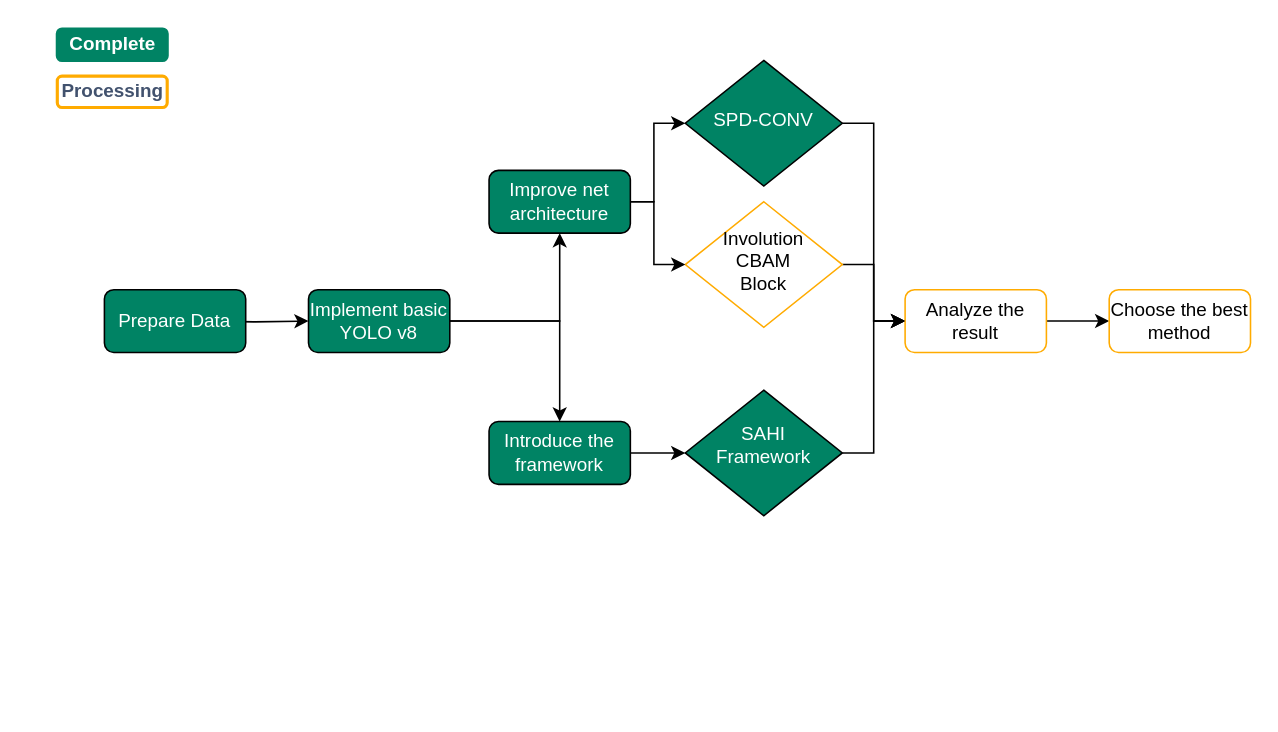
harry-sunhao/YOLOv8-SmallObj-Garbage keeps this draw.io diagram as Pipeline.drawio. Above is the earlier version. Source tidied: cells renumbered, new cells numbered last; positions are measured from the earlier drawing's top-left corner, leaving out a move shared by most shapes. Both pictures are drawn from the tidied source at 157%, with x=0, y=0 at pixel (57, 28). Pictures stored in the file or linked from it are replaced by grey dashed boxes.
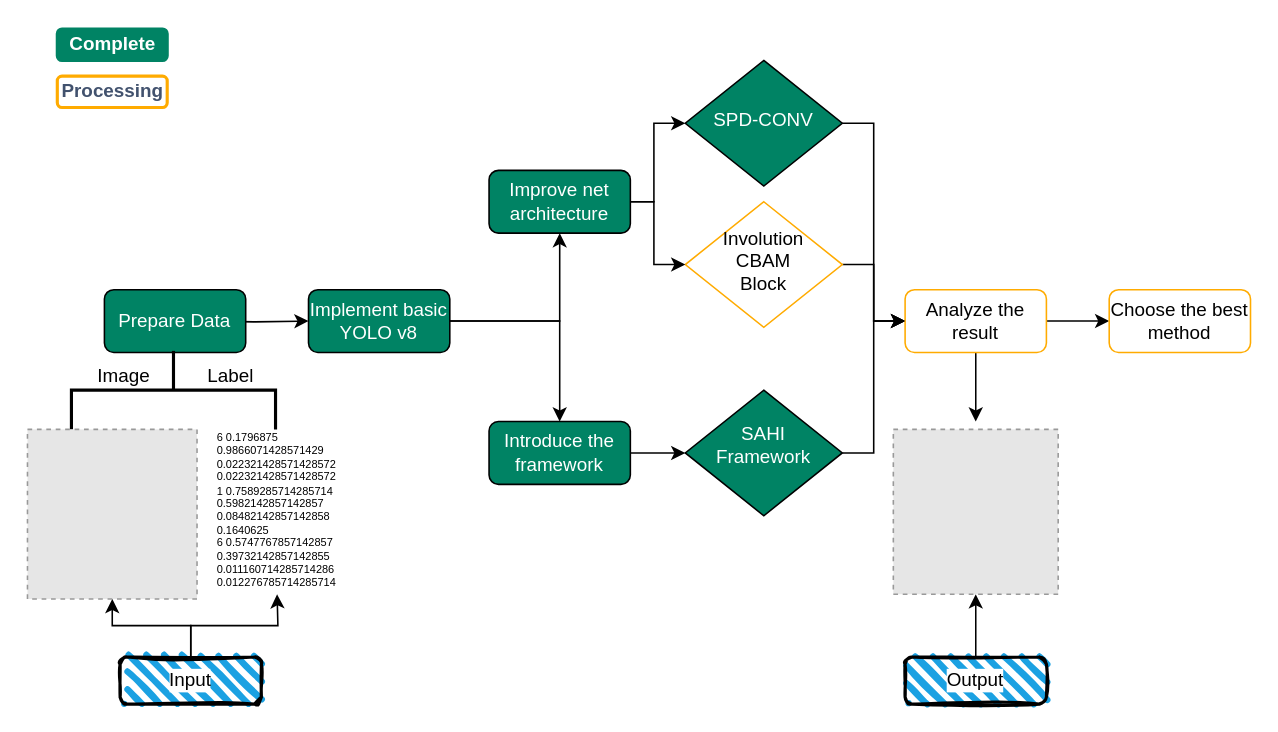
The same diagram, later.

Commit message (it also covers changes not shown here):
Update the pipeline; Add a result for SPD-CONV

Unchanged cells that the change refers to:
```xml
<mxCell id="9" value="Analyze the result" style="rounded=1;whiteSpace=wrap;html=1;fontSize=12;glass=0;strokeWidth=1;shadow=0;rotation=0;fillColor=default;strokeColor=#FFAB00;" parent="1" vertex="1">
  <mxGeometry x="540" y="166" width="90" height="40" as="geometry" />
</mxCell>
```

The edit, as a diff of the source:
```diff
@@
+    <mxCell id="23" style="edgeStyle=orthogonalEdgeStyle;rounded=0;jettySize=auto;html=1;exitX=0.5;exitY=1;exitDx=0;exitDy=0;" parent="1" edge="1" source="9">
+      <mxGeometry relative="1" as="geometry">
+        <mxPoint x="585" y="250" as="targetPoint" />
+      </mxGeometry>
+    </mxCell>
@@
+    <mxCell id="24" style="strokeWidth=2;html=1;shape=mxgraph.flowchart.annotation_2;align=left;labelPosition=right;rotation=90;" parent="1" vertex="1">
+      <mxGeometry x="49" y="165" width="50" height="130" as="geometry" />
+    </mxCell>
+    <mxCell id="25" value="Image" style="text;strokeColor=none;fillColor=none;align=left;verticalAlign=middle;spacingLeft=4;spacingRight=4;overflow=hidden;whiteSpace=wrap;html=1;" parent="1" vertex="1">
+      <mxGeometry x="20" y="206" width="80" height="30" as="geometry" />
+    </mxCell>
+    <mxCell id="26" value="Label" style="text;strokeColor=none;fillColor=none;align=left;verticalAlign=middle;spacingLeft=4;spacingRight=4;overflow=hidden;whiteSpace=wrap;html=1;" parent="1" vertex="1">
+      <mxGeometry x="90" y="206" width="80" height="30" as="geometry" />
+    </mxCell>
+    <mxCell id="27" style="fillColor=#E6E6E6;strokeColor=#999999;dashed=1;verticalLabelPosition=bottom;labelBackgroundColor=default;verticalAlign=top;" parent="1" vertex="1">
+      <mxGeometry x="-19" y="255" width="108" height="108" as="geometry" />
+    </mxCell>
+    <mxCell id="28" value="6 0.1796875 0.9866071428571429 0.022321428571428572 0.022321428571428572&#10;1 0.7589285714285714 0.5982142857142857 0.08482142857142858 0.1640625&#10;6 0.5747767857142857 0.39732142857142855 0.011160714285714286 0.012276785714285714" style="text;whiteSpace=wrap;fontSize=7;" parent="1" vertex="1">
+      <mxGeometry x="100" y="250" width="70" height="30" as="geometry" />
+    </mxCell>
+    <mxCell id="29" style="edgeStyle=orthogonalEdgeStyle;rounded=0;jettySize=auto;html=1;" parent="1" edge="1" source="31" target="27">
+      <mxGeometry relative="1" as="geometry" />
+    </mxCell>
+    <mxCell id="30" style="edgeStyle=orthogonalEdgeStyle;rounded=0;jettySize=auto;html=1;exitX=0.5;exitY=0;exitDx=0;exitDy=0;" parent="1" edge="1" source="31">
+      <mxGeometry relative="1" as="geometry">
+        <mxPoint x="140" y="360" as="targetPoint" />
+      </mxGeometry>
+    </mxCell>
+    <mxCell id="31" value="Input" style="rounded=1;whiteSpace=wrap;html=1;strokeWidth=2;fillWeight=4;hachureGap=8;hachureAngle=45;fillColor=#1ba1e2;sketch=1;labelBackgroundColor=default;" parent="1" vertex="1">
+      <mxGeometry x="40" y="400" width="90" height="30" as="geometry" />
+    </mxCell>
+    <mxCell id="32" style="edgeStyle=orthogonalEdgeStyle;rounded=0;jettySize=auto;html=1;entryX=0.5;entryY=1;entryDx=0;entryDy=0;" parent="1" edge="1" source="33" target="34">
+      <mxGeometry relative="1" as="geometry" />
+    </mxCell>
+    <mxCell id="33" value="Output" style="rounded=1;whiteSpace=wrap;html=1;strokeWidth=2;fillWeight=4;hachureGap=8;hachureAngle=45;fillColor=#1ba1e2;sketch=1;labelBackgroundColor=default;" parent="1" vertex="1">
+      <mxGeometry x="540" y="400" width="90" height="30" as="geometry" />
+    </mxCell>
+    <mxCell id="34" style="fillColor=#E6E6E6;strokeColor=#999999;dashed=1;verticalLabelPosition=bottom;labelBackgroundColor=default;verticalAlign=top;" parent="1" vertex="1">
+      <mxGeometry x="532.5" y="255" width="105" height="105" as="geometry" />
+    </mxCell>
```
